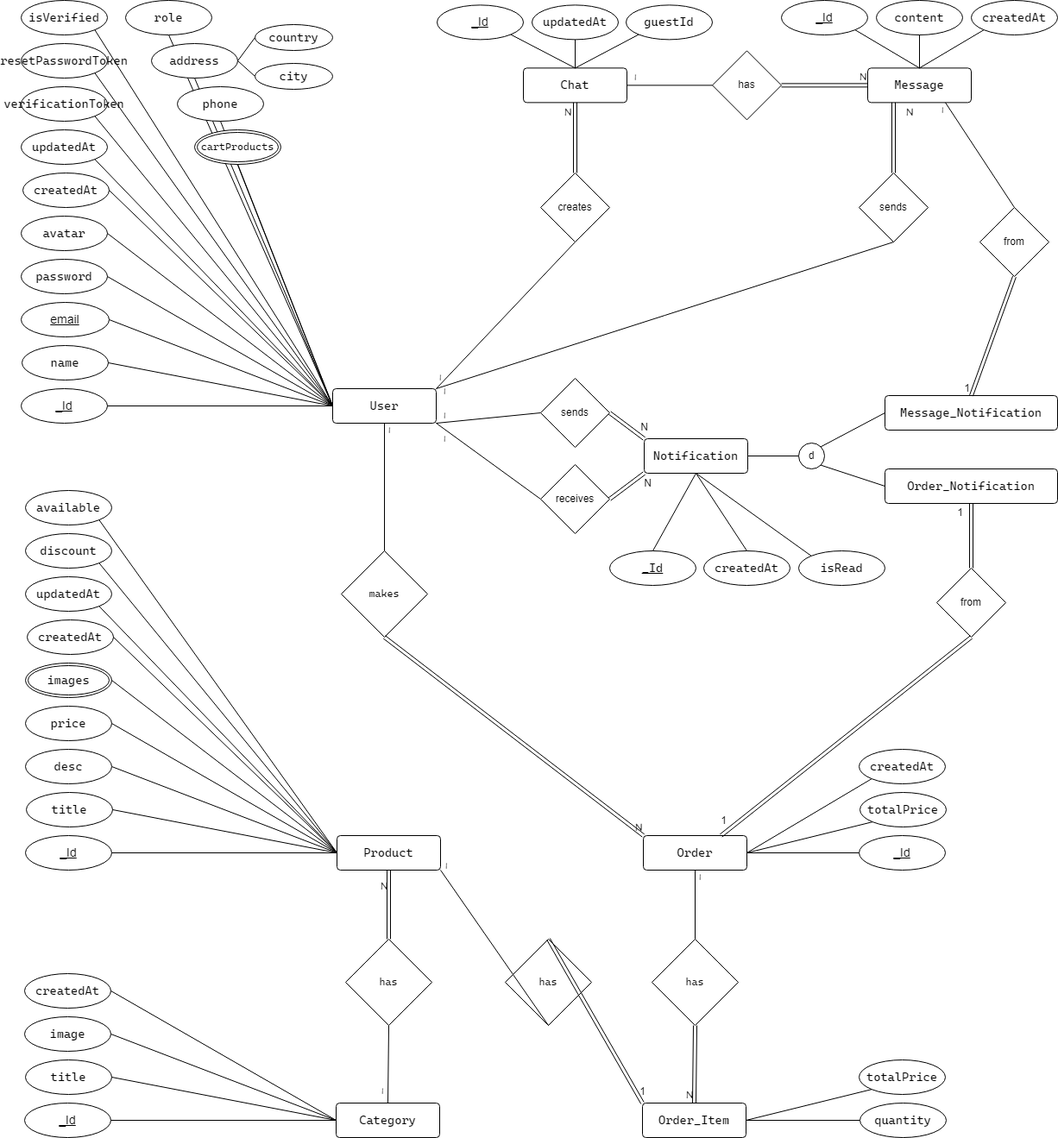
ShirefMohammed/NestMart keeps this draw.io diagram as docs/NestMart_ERD.png. Above is the earlier version. Source tidied: cells renumbered, new cells last; positions are measured from the earlier drawing's top-left corner, leaving out a move shared by most shapes.
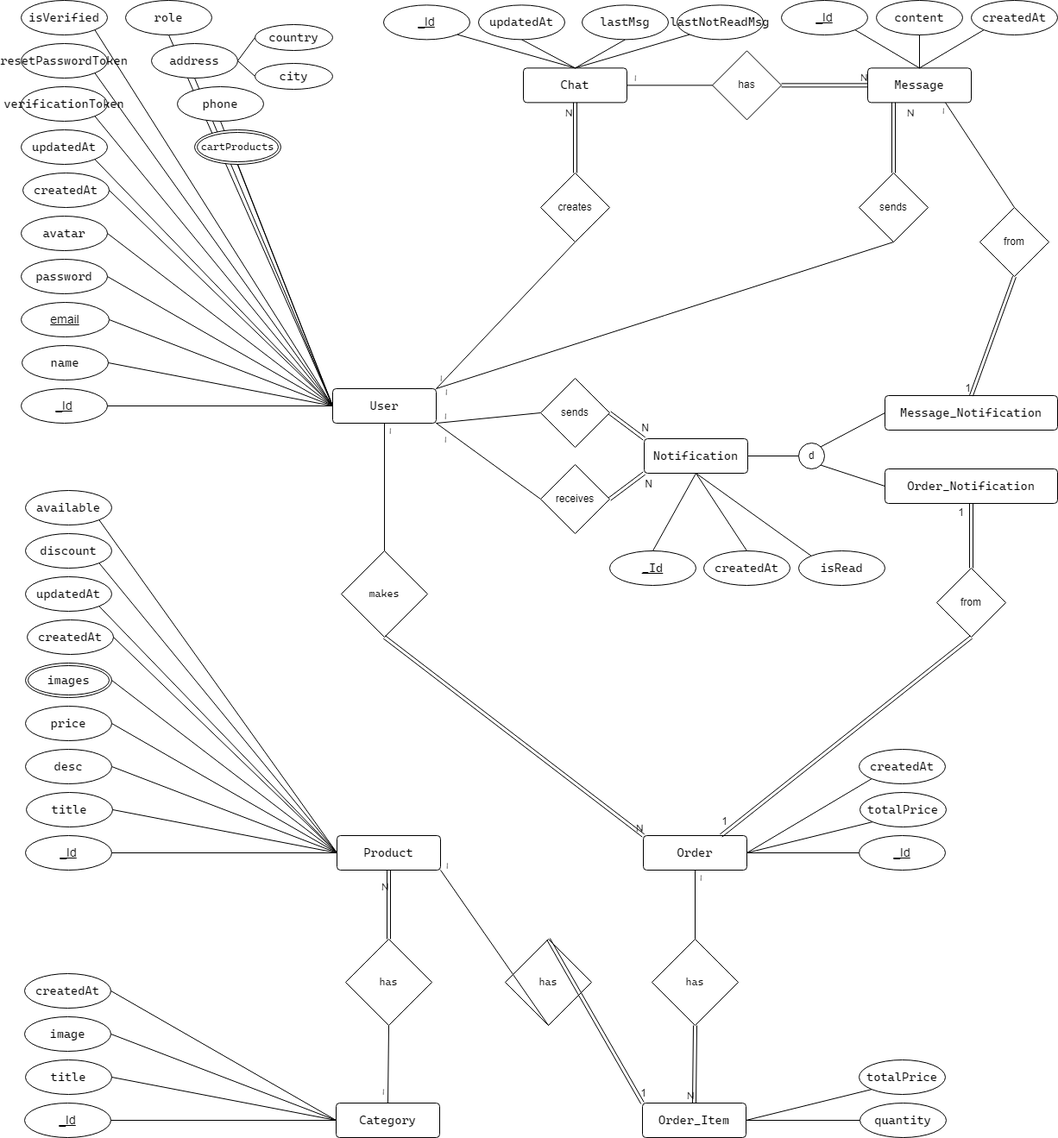
Above is the later version.

The edit, as a diff of the source:
```diff
@@ -286,13 +286,13 @@
       <mxGeometry x="582" y="78.4" width="120" height="40" as="geometry" />
     </mxCell>
     <mxCell id="93" value="_Id" style="ellipse;whiteSpace=wrap;html=1;align=center;fontStyle=4;fontSize=14;" parent="1" vertex="1">
-      <mxGeometry x="482" y="5.4" width="100" height="40" as="geometry" />
+      <mxGeometry x="420" y="5.4" width="100" height="40" as="geometry" />
     </mxCell>
     <mxCell id="94" style="endArrow=none;html=1;rounded=0;exitX=1;exitY=1;exitDx=0;exitDy=0;fontFamily=cascadia code;fontSize=14;entryX=0.5;entryY=0;entryDx=0;entryDy=0;" parent="1" edge="1" source="93" target="92">
       <mxGeometry relative="1" as="geometry" />
     </mxCell>
     <mxCell id="95" value="updatedAt" style="ellipse;whiteSpace=wrap;html=1;align=center;fontFamily=cascadia code;fontSize=14;" parent="1" vertex="1">
-      <mxGeometry x="592" y="5.4" width="100" height="40" as="geometry" />
+      <mxGeometry x="530" y="5.4" width="100" height="40" as="geometry" />
     </mxCell>
     <mxCell id="96" style="endArrow=none;html=1;rounded=0;fontFamily=cascadia code;fontSize=14;entryX=0.5;entryY=1;entryDx=0;entryDy=0;exitX=0.5;exitY=0;exitDx=0;exitDy=0;" parent="1" edge="1" source="92" target="95">
       <mxGeometry relative="1" as="geometry" />
@@ -497,11 +497,17 @@
         <mxPoint x="5" y="-5" as="offset" />
       </mxGeometry>
     </mxCell>
-    <mxCell id="155" value="guestId" style="ellipse;whiteSpace=wrap;html=1;align=center;fontFamily=cascadia code;fontSize=14;" parent="1" vertex="1">
-      <mxGeometry x="701" y="5.4" width="100" height="40" as="geometry" />
+    <mxCell id="155" value="lastMsg" style="ellipse;whiteSpace=wrap;html=1;align=center;fontFamily=cascadia code;fontSize=14;" parent="1" vertex="1">
+      <mxGeometry x="650" y="5.4" width="100" height="40" as="geometry" />
     </mxCell>
-    <mxCell id="156" style="endArrow=none;html=1;rounded=0;fontFamily=cascadia code;fontSize=14;entryX=0;entryY=1;entryDx=0;entryDy=0;exitX=0.5;exitY=0;exitDx=0;exitDy=0;" parent="1" edge="1" source="92" target="155">
+    <mxCell id="156" style="endArrow=none;html=1;rounded=0;fontFamily=cascadia code;fontSize=14;entryX=0.5;entryY=1;entryDx=0;entryDy=0;exitX=0.5;exitY=0;exitDx=0;exitDy=0;" parent="1" edge="1" source="92" target="155">
       <mxGeometry relative="1" as="geometry" />
     </mxCell>
+    <mxCell id="157" value="lastNotReadMsg" style="ellipse;whiteSpace=wrap;html=1;align=center;fontFamily=cascadia code;fontSize=14;" parent="1" vertex="1">
+      <mxGeometry x="760" y="5.4" width="100" height="40" as="geometry" />
+    </mxCell>
+    <mxCell id="158" style="endArrow=none;html=1;rounded=0;fontFamily=cascadia code;fontSize=14;entryX=0;entryY=1;entryDx=0;entryDy=0;exitX=0.5;exitY=0;exitDx=0;exitDy=0;" parent="1" edge="1" source="92" target="157">
+      <mxGeometry relative="1" as="geometry" />
+    </mxCell>
   </root>
 </mxGraphModel>
```
